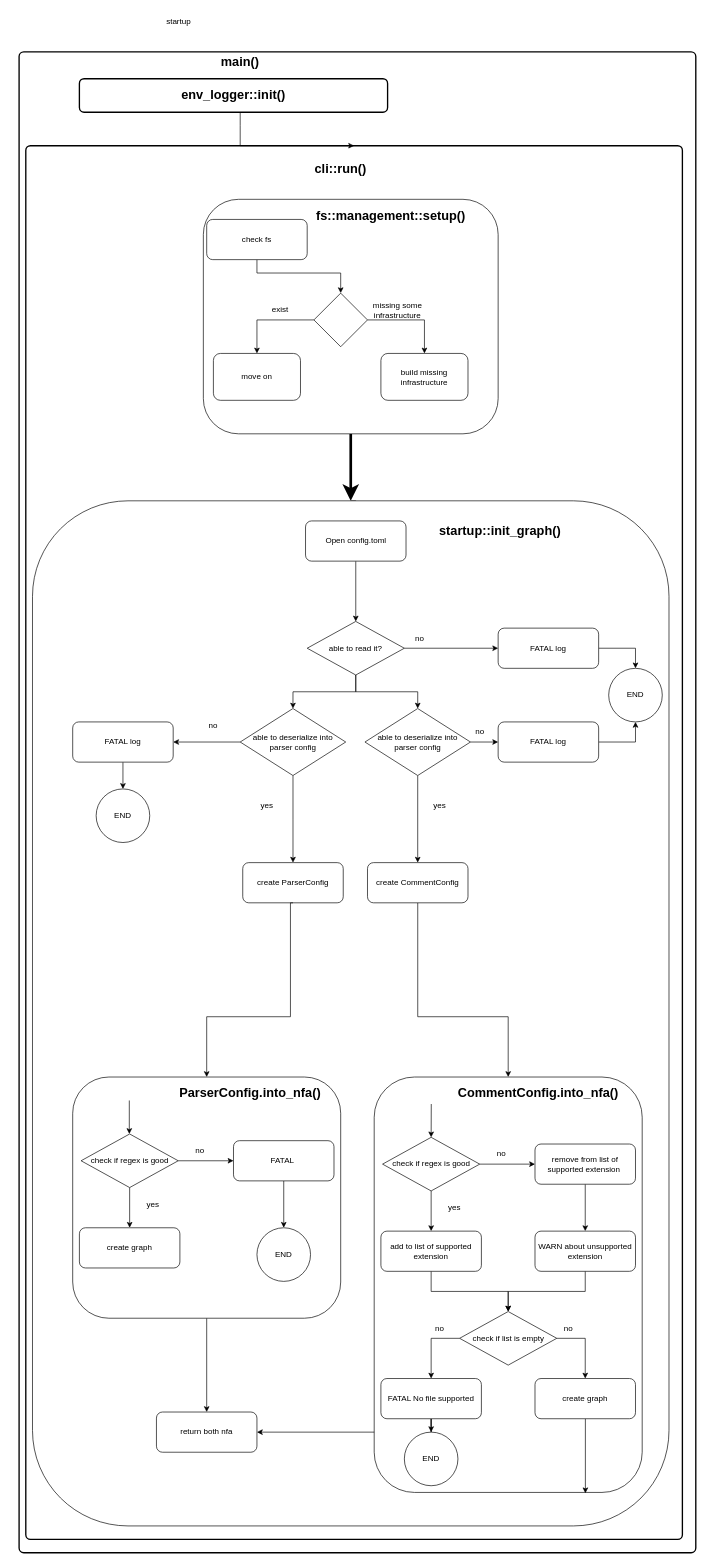
Earlier version of the draw.io diagram doc/diagrams/ls command for flow chart.drawio (coffee-only/CalendarProject). Source tidied: cells renumbered, new cells numbered last; positions are measured from the earlier drawing's top-left corner, leaving out a move shared by most shapes. Both pictures are drawn from the tidied source at 67%, with x=0, y=0 at pixel (19, 11).
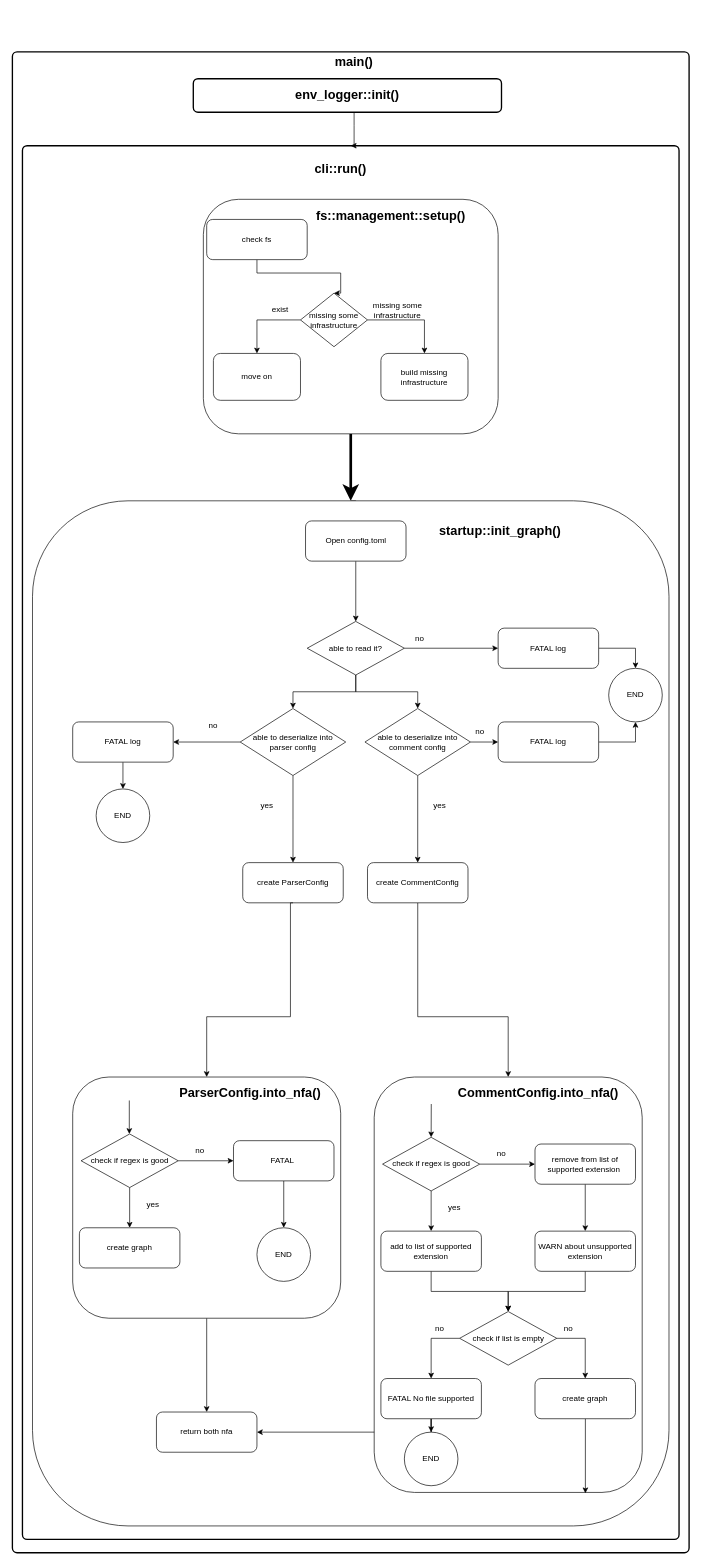
The same diagram, later.

The change refers to these unchanged cells:
```xml
<mxCell id="17" value="move on" style="whiteSpace=wrap;html=1;rounded=1;" parent="1" vertex="1">
  <mxGeometry x="290" y="510" width="130" height="70" as="geometry" />
</mxCell>
```

What changed in the source:
```diff
@@
     <mxCell id="2" style="rounded=1;whiteSpace=wrap;html=1;absoluteArcSize=1;arcSize=14;strokeWidth=2;" parent="1" vertex="1">
-      <mxGeometry y="60" width="1010" height="2240" as="geometry" />
+      <mxGeometry x="-10" y="60" width="1010" height="2240" as="geometry" />
     </mxCell>
     <mxCell id="3" value="&lt;font style=&quot;font-size: 19px;&quot;&gt;&lt;b&gt;main()&lt;/b&gt;&lt;/font&gt;" style="text;html=1;align=center;verticalAlign=middle;whiteSpace=wrap;rounded=0;strokeWidth=7;" parent="1" vertex="1">
-      <mxGeometry x="300" y="60" width="60" height="30" as="geometry" />
+      <mxGeometry x="470" y="60" width="60" height="30" as="geometry" />
     </mxCell>
     <mxCell id="4" style="rounded=1;whiteSpace=wrap;html=1;absoluteArcSize=1;arcSize=14;strokeWidth=2;" parent="1" vertex="1">
-      <mxGeometry x="10" y="200" width="980" height="2080" as="geometry" />
+      <mxGeometry x="5" y="200" width="980" height="2080" as="geometry" />
     </mxCell>
@@
     <mxCell id="6" style="edgeStyle=orthogonalEdgeStyle;rounded=0;jettySize=auto;html=1;entryX=0.5;entryY=0;entryDx=0;entryDy=0;" parent="1" edge="1" source="7" target="4">
       <mxGeometry relative="1" as="geometry">
         <Array as="points">
-          <mxPoint x="330" y="170" />
-          <mxPoint x="330" y="170" />
+          <mxPoint x="500" y="170" />
+          <mxPoint x="500" y="170" />
         </Array>
       </mxGeometry>
     </mxCell>
     <mxCell id="7" style="rounded=1;whiteSpace=wrap;html=1;absoluteArcSize=1;arcSize=14;strokeWidth=2;" parent="1" vertex="1">
-      <mxGeometry x="90" y="100" width="460" height="50" as="geometry" />
+      <mxGeometry x="260" y="100" width="460" height="50" as="geometry" />
     </mxCell>
     <mxCell id="8" value="&lt;font style=&quot;font-size: 19px;&quot;&gt;&lt;b&gt;env_logger::init()&lt;/b&gt;&lt;/font&gt;" style="text;html=1;align=center;verticalAlign=middle;whiteSpace=wrap;rounded=0;strokeWidth=7;" parent="1" vertex="1">
-      <mxGeometry x="275" y="110" width="90" height="30" as="geometry" />
+      <mxGeometry x="445" y="110" width="90" height="30" as="geometry" />
     </mxCell>
@@
     <mxCell id="14" style="edgeStyle=orthogonalEdgeStyle;rounded=0;jettySize=auto;html=1;" parent="1" edge="1" source="16" target="17">
-      <mxGeometry relative="1" as="geometry" />
+      <mxGeometry relative="1" as="geometry">
+        <Array as="points">
+          <mxPoint x="355" y="460" />
+        </Array>
+      </mxGeometry>
     </mxCell>
@@
-    <mxCell id="16" style="rhombus;whiteSpace=wrap;html=1;" parent="1" vertex="1">
-      <mxGeometry x="440" y="420" width="80" height="80" as="geometry" />
+    <mxCell id="16" value="missing some infrastructure" style="rhombus;whiteSpace=wrap;html=1;" parent="1" vertex="1">
+      <mxGeometry x="420" y="420" width="100" height="80" as="geometry" />
     </mxCell>
@@
-    <mxCell id="18" value="startup&amp;nbsp;" style="text;html=1;align=center;verticalAlign=middle;whiteSpace=wrap;rounded=0;" parent="1" vertex="1">
-      <mxGeometry x="210" width="60" height="30" as="geometry" />
-    </mxCell>
@@
-    <mxCell id="85" value="able to deserialize into parser config" style="rhombus;whiteSpace=wrap;html=1;" parent="1" vertex="1">
+    <mxCell id="85" value="able to deserialize into comment config" style="rhombus;whiteSpace=wrap;html=1;" parent="1" vertex="1">
       <mxGeometry x="516.2" y="1040" width="157.5" height="100" as="geometry" />
     </mxCell>
```
